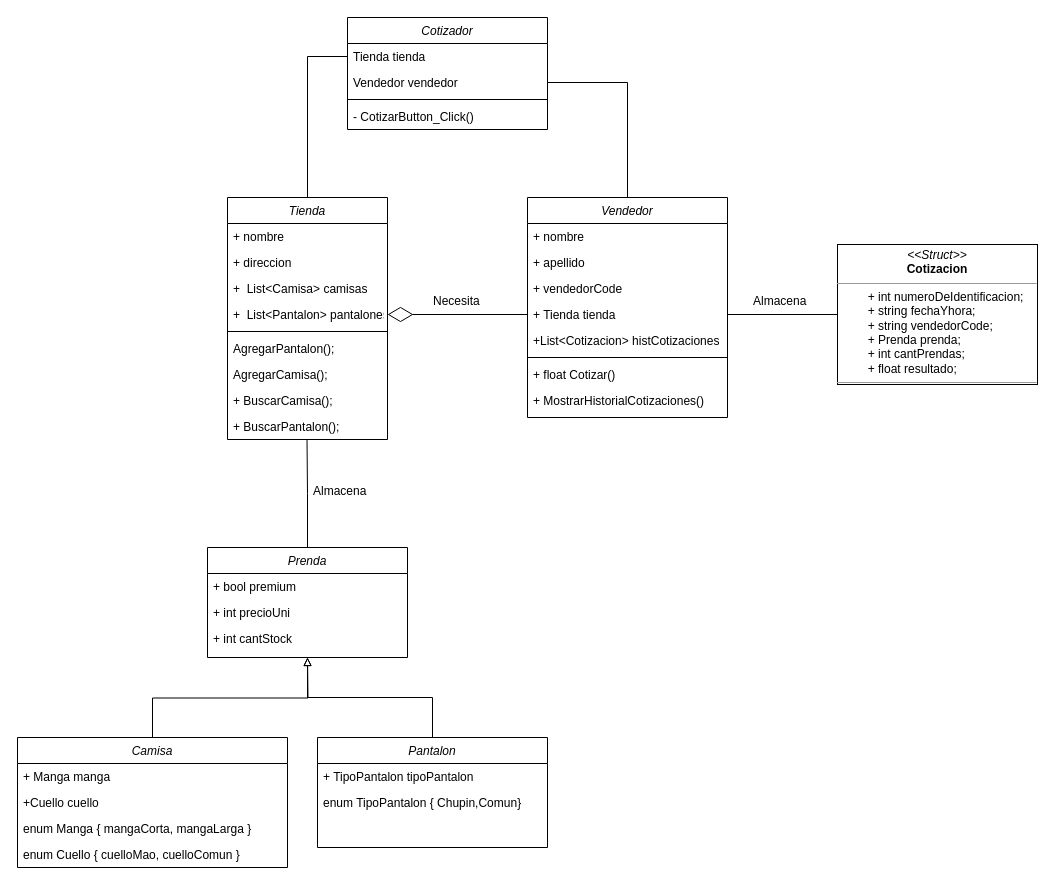
The draw.io diagram UML-EvaluacionFinalQuark-FedericoZinni.drawio in federicoAZinni/QuarkEvaluacionFinal, before the edit. Source tidied: cells renumbered, new cells numbered last; positions are measured from the earlier drawing's top-left corner, leaving out a move shared by most shapes. Both pictures are drawn from the tidied source at 100%, with x=0, y=0 at pixel (17, 17).
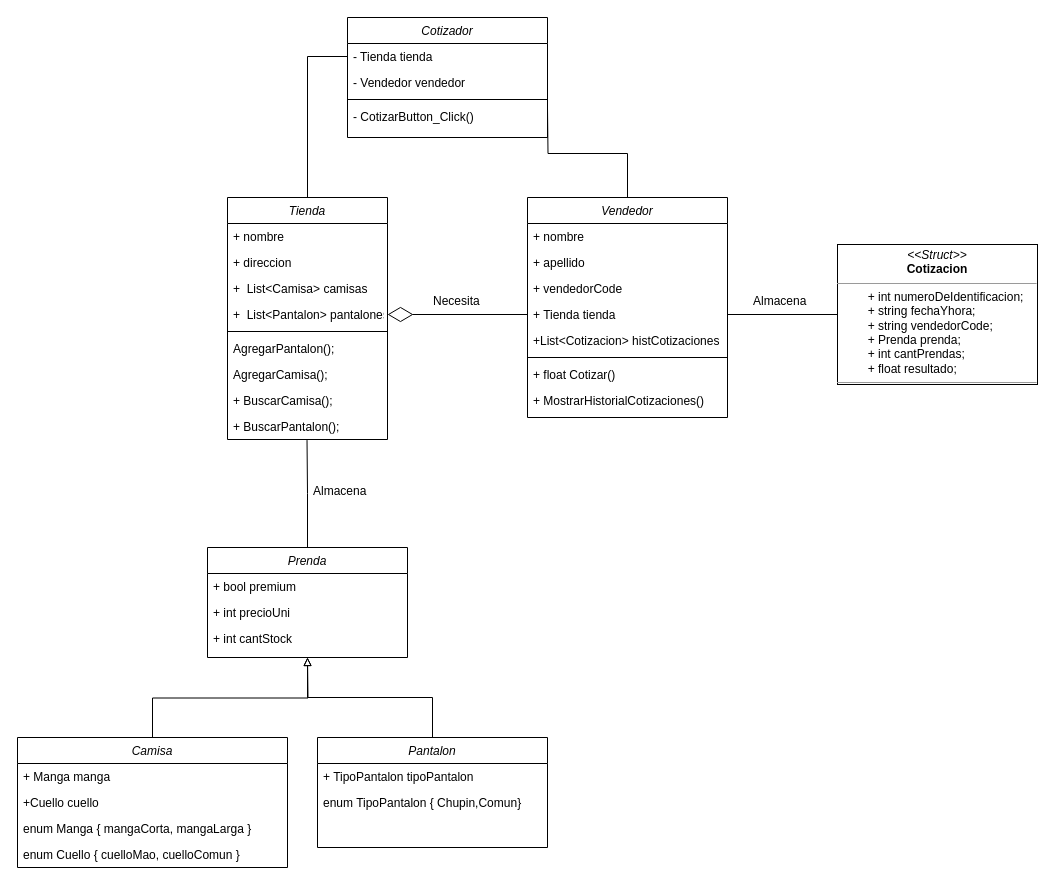
Above is the later version.

Unchanged cells that the change refers to:
```xml
<mxCell id="14" value="Vendedor" style="swimlane;fontStyle=2;align=center;verticalAlign=top;horizontal=1;startSize=26;rounded=0;shadow=0;strokeWidth=1;" parent="1" vertex="1">
  <mxGeometry x="510" y="180" width="200" height="220" as="geometry" />
</mxCell>
```

Change to the diagram source:
```diff
@@
-    <mxCell id="13" style="edgeStyle=orthogonalEdgeStyle;rounded=0;jettySize=auto;html=1;exitX=0.5;exitY=0;exitDx=0;exitDy=0;entryX=1;entryY=0.5;entryDx=0;entryDy=0;startArrow=none;startFill=0;endArrow=none;endFill=0;endSize=23;" parent="1" edge="1" source="14" target="46">
-      <mxGeometry relative="1" as="geometry" />
+    <mxCell id="13" style="edgeStyle=orthogonalEdgeStyle;rounded=0;jettySize=auto;html=1;exitX=0.5;exitY=0;exitDx=0;exitDy=0;entryX=1;entryY=0.5;entryDx=0;entryDy=0;startArrow=none;startFill=0;endArrow=none;endFill=0;endSize=23;" parent="1" edge="1" source="14">
+      <mxGeometry relative="1" as="geometry">
+        <mxPoint x="530" y="91" as="targetPoint" />
+      </mxGeometry>
     </mxCell>
@@
     <mxCell id="44" value="Cotizador" style="swimlane;fontStyle=2;align=center;verticalAlign=top;horizontal=1;startSize=26;rounded=0;shadow=0;strokeWidth=1;" parent="1" vertex="1">
-      <mxGeometry x="330" width="200" height="112" as="geometry" />
+      <mxGeometry x="330" width="200" height="120" as="geometry" />
     </mxCell>
-    <mxCell id="45" value="Tienda tienda" style="text;align=left;verticalAlign=top;spacingLeft=4;spacingRight=4;overflow=hidden;points=[[0,0.5],[1,0.5]];portConstraint=eastwest;" parent="44" vertex="1">
+    <mxCell id="45" value="- Tienda tienda" style="text;align=left;verticalAlign=top;spacingLeft=4;spacingRight=4;overflow=hidden;points=[[0,0.5],[1,0.5]];portConstraint=eastwest;" parent="44" vertex="1">
       <mxGeometry y="26" width="200" height="26" as="geometry" />
     </mxCell>
-    <mxCell id="46" value="Vendedor vendedor" style="text;align=left;verticalAlign=top;spacingLeft=4;spacingRight=4;overflow=hidden;points=[[0,0.5],[1,0.5]];portConstraint=eastwest;rounded=0;shadow=0;html=0;" parent="44" vertex="1">
-      <mxGeometry y="52" width="200" height="26" as="geometry" />
-    </mxCell>
+    <mxCell id="49" value="- Vendedor vendedor" style="text;align=left;verticalAlign=top;spacingLeft=4;spacingRight=4;overflow=hidden;rounded=0;shadow=0;html=0;" parent="44" vertex="1">
+      <mxGeometry y="52" width="200" height="26" as="geometry" />
+    </mxCell>
```
